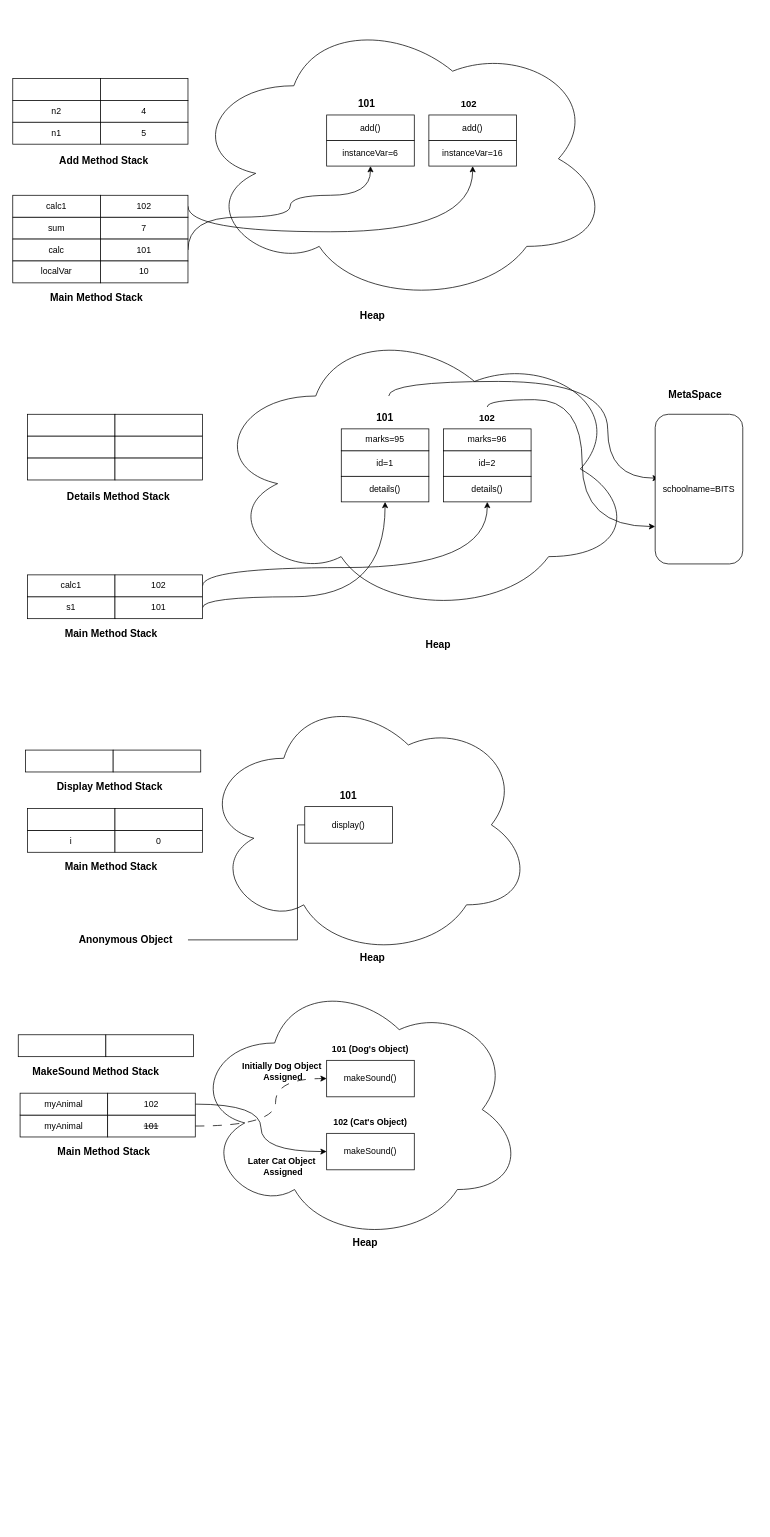
codophilic/Learn-Java keeps this draw.io diagram as Images/memorymanagement/BasicMemory.drawio. Above is the earlier version. Source tidied: cells renumbered, new cells numbered last; positions are measured from the earlier drawing's top-left corner, leaving out a move shared by most shapes. Both pictures are drawn from the tidied source at 73%, with x=0, y=0 at pixel (12, 12).
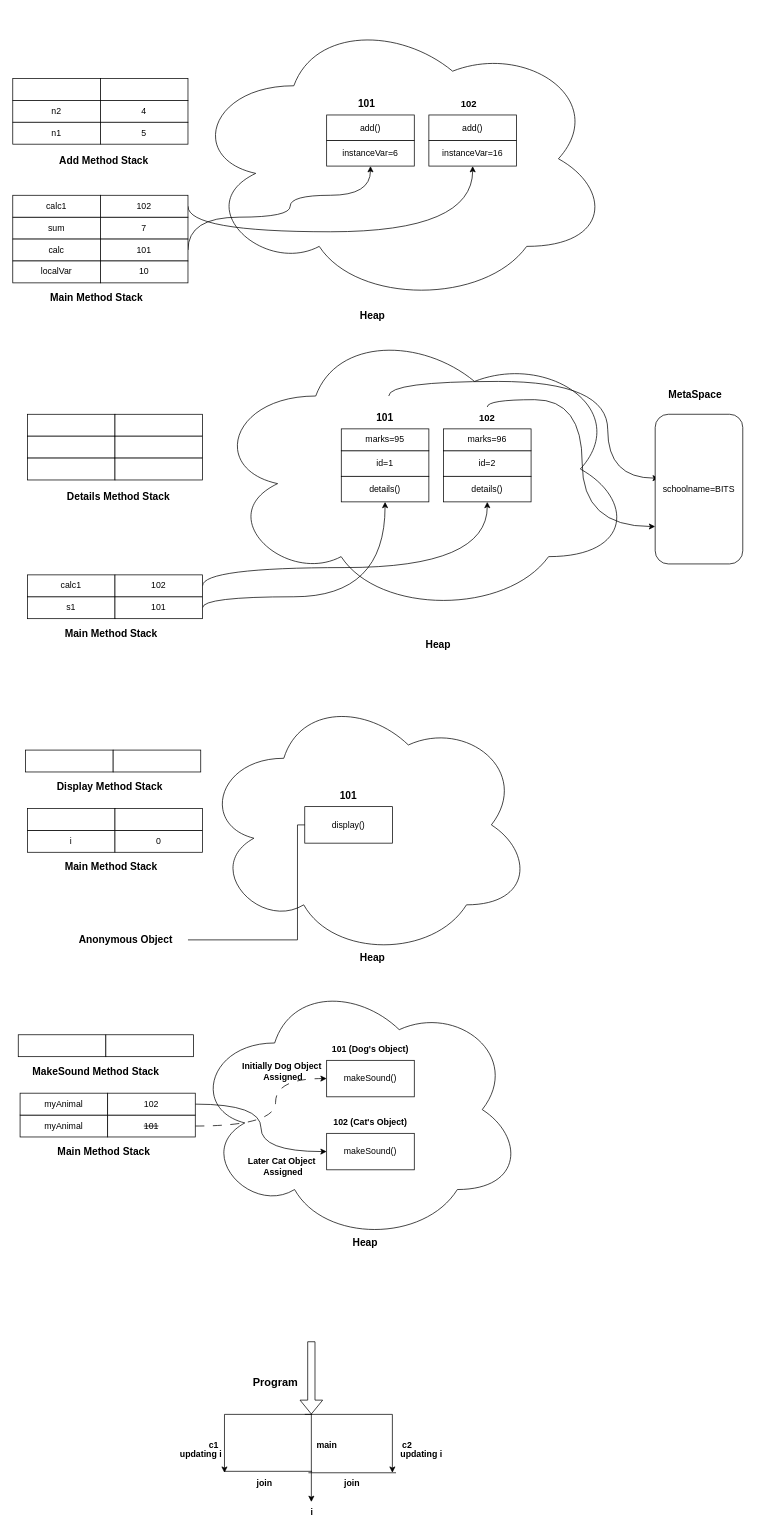
After the change.

The edit, as a diff of the source:
```diff
@@
+    <mxCell id="88" style="shape=flexArrow;endArrow=classic;html=1;rounded=0;" parent="1" edge="1">
+      <mxGeometry relative="1" as="geometry">
+        <mxPoint x="409" y="1820" as="sourcePoint" />
+        <mxPoint x="409" y="1920" as="targetPoint" />
+      </mxGeometry>
+    </mxCell>
+    <mxCell id="89" style="endArrow=none;html=1;rounded=0;" parent="1" edge="1">
+      <mxGeometry relative="1" as="geometry">
+        <mxPoint x="290" y="1920" as="sourcePoint" />
+        <mxPoint x="410" y="1920" as="targetPoint" />
+      </mxGeometry>
+    </mxCell>
+    <mxCell id="90" style="endArrow=none;html=1;rounded=0;" parent="1" edge="1">
+      <mxGeometry relative="1" as="geometry">
+        <mxPoint x="400" y="1920" as="sourcePoint" />
+        <mxPoint x="520" y="1920" as="targetPoint" />
+      </mxGeometry>
+    </mxCell>
+    <mxCell id="91" style="endArrow=classic;html=1;rounded=0;" parent="1" edge="1">
+      <mxGeometry relative="1" as="geometry">
+        <mxPoint x="290" y="1920" as="sourcePoint" />
+        <mxPoint x="290" y="2000" as="targetPoint" />
+      </mxGeometry>
+    </mxCell>
+    <mxCell id="92" style="endArrow=classic;html=1;rounded=0;" parent="1" edge="1">
+      <mxGeometry relative="1" as="geometry">
+        <mxPoint x="409" y="1920" as="sourcePoint" />
+        <mxPoint x="409" y="2040" as="targetPoint" />
+      </mxGeometry>
+    </mxCell>
+    <mxCell id="93" style="endArrow=classic;html=1;rounded=0;" parent="1" edge="1">
+      <mxGeometry relative="1" as="geometry">
+        <mxPoint x="520" y="1920" as="sourcePoint" />
+        <mxPoint x="520" y="2000" as="targetPoint" />
+      </mxGeometry>
+    </mxCell>
+    <mxCell id="94" value="&lt;b&gt;c1&lt;/b&gt;" style="text;html=1;align=center;verticalAlign=middle;strokeColor=none;fillColor=none;" parent="1" vertex="1">
+      <mxGeometry x="255" y="1948" width="40" height="30" as="geometry" />
+    </mxCell>
+    <mxCell id="95" value="&lt;b&gt;c2&lt;/b&gt;" style="text;html=1;align=center;verticalAlign=middle;strokeColor=none;fillColor=none;" parent="1" vertex="1">
+      <mxGeometry x="520" y="1948" width="40" height="30" as="geometry" />
+    </mxCell>
+    <mxCell id="96" value="&lt;b&gt;main&lt;/b&gt;" style="text;html=1;align=center;verticalAlign=middle;strokeColor=none;fillColor=none;" parent="1" vertex="1">
+      <mxGeometry x="405" y="1948" width="50" height="30" as="geometry" />
+    </mxCell>
+    <mxCell id="97" value="&lt;b&gt;i&lt;/b&gt;" style="text;html=1;align=center;verticalAlign=middle;whiteSpace=wrap;rounded=0;" parent="1" vertex="1">
+      <mxGeometry x="360" y="2040" width="100" height="30" as="geometry" />
+    </mxCell>
+    <mxCell id="98" value="&lt;b&gt;updating i&lt;/b&gt;" style="text;html=1;align=center;verticalAlign=middle;whiteSpace=wrap;rounded=0;" parent="1" vertex="1">
+      <mxGeometry x="207.5" y="1960" width="100" height="30" as="geometry" />
+    </mxCell>
+    <mxCell id="99" value="&lt;b&gt;updating i&lt;/b&gt;" style="text;html=1;align=center;verticalAlign=middle;whiteSpace=wrap;rounded=0;" parent="1" vertex="1">
+      <mxGeometry x="510" y="1960" width="100" height="30" as="geometry" />
+    </mxCell>
+    <mxCell id="100" value="&lt;b&gt;&lt;font style=&quot;font-size: 15px;&quot;&gt;Program&lt;/font&gt;&lt;/b&gt;" style="text;html=1;align=center;verticalAlign=middle;whiteSpace=wrap;rounded=0;" parent="1" vertex="1">
+      <mxGeometry x="310" y="1860" width="100" height="30" as="geometry" />
+    </mxCell>
+    <mxCell id="101" style="endArrow=none;html=1;rounded=0;" parent="1" edge="1">
+      <mxGeometry relative="1" as="geometry">
+        <mxPoint x="290" y="1998" as="sourcePoint" />
+        <mxPoint x="410" y="1998" as="targetPoint" />
+      </mxGeometry>
+    </mxCell>
+    <mxCell id="102" style="endArrow=none;html=1;rounded=0;" parent="1" edge="1">
+      <mxGeometry relative="1" as="geometry">
+        <mxPoint x="405" y="2000" as="sourcePoint" />
+        <mxPoint x="525" y="2000" as="targetPoint" />
+      </mxGeometry>
+    </mxCell>
+    <mxCell id="103" value="&lt;b&gt;join&lt;/b&gt;" style="text;html=1;align=center;verticalAlign=middle;whiteSpace=wrap;rounded=0;" parent="1" vertex="1">
+      <mxGeometry x="415" y="2000" width="100" height="30" as="geometry" />
+    </mxCell>
+    <mxCell id="104" value="&lt;b&gt;join&lt;/b&gt;" style="text;html=1;align=center;verticalAlign=middle;whiteSpace=wrap;rounded=0;" parent="1" vertex="1">
+      <mxGeometry x="295" y="2000" width="100" height="30" as="geometry" />
+    </mxCell>
```
